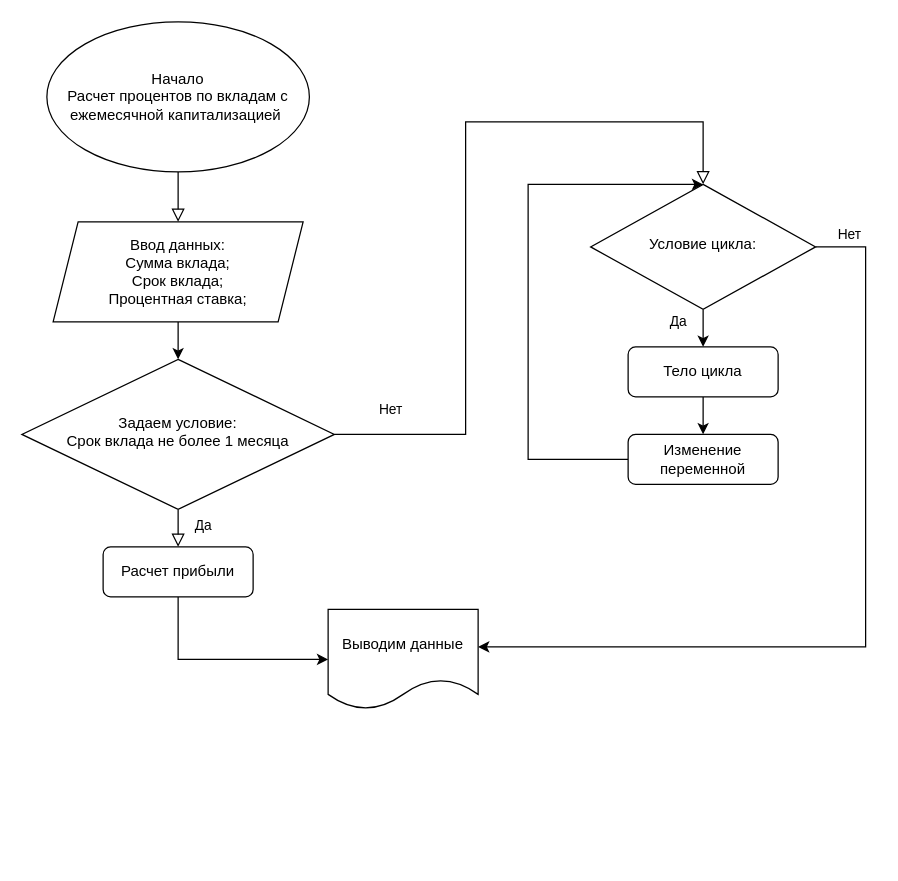
ArtaiJ/test_git keeps this draw.io diagram as Untitled Diagram.drawio. Above is the earlier version. Source tidied: cells renumbered, new cells numbered last; positions are measured from the earlier drawing's top-left corner, leaving out a move shared by most shapes. Both pictures are drawn from the tidied source at 125%, with x=0, y=0 at pixel (21, 21).
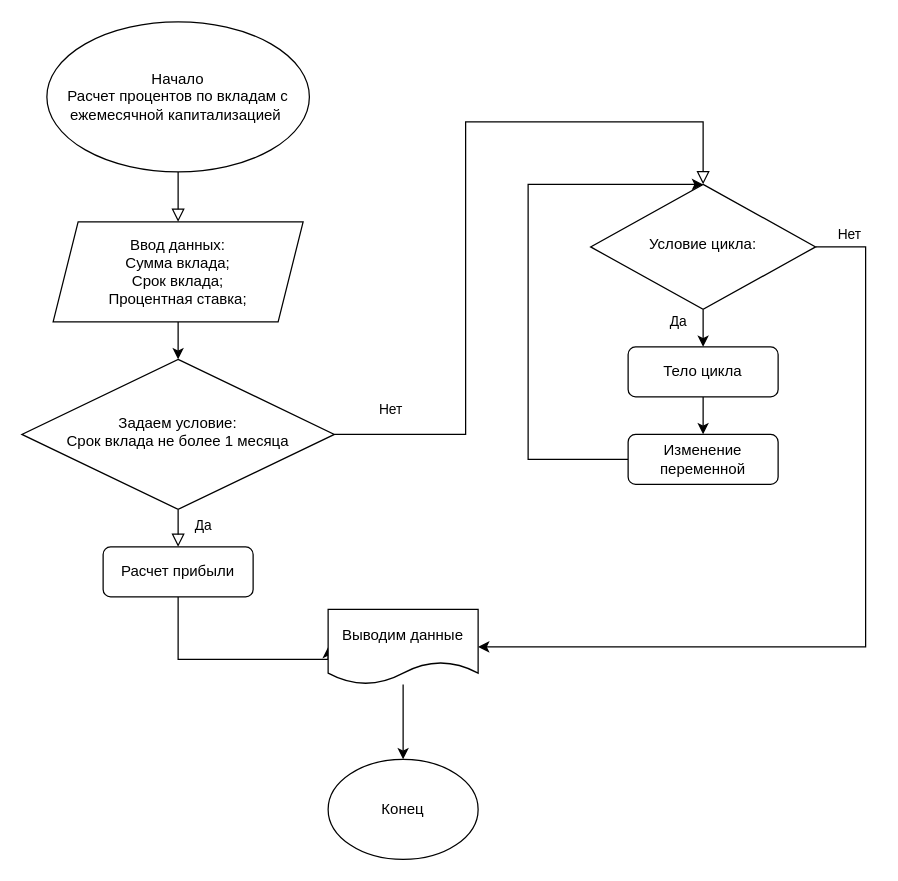
After the change.

Commit message (it also covers changes not shown here):
Расчет процентов по вкладам с капитализацией

What changed in the source:
```diff
@@
+    <mxCell id="19" style="edgeStyle=orthogonalEdgeStyle;rounded=0;jettySize=auto;html=1;entryX=0.5;entryY=0;entryDx=0;entryDy=0;" parent="1" edge="1" source="18" target="20">
+      <mxGeometry relative="1" as="geometry" />
+    </mxCell>
     <mxCell id="18" value="Выводим данные" style="shape=document;whiteSpace=wrap;html=1;boundedLbl=1;" parent="1" vertex="1">
-      <mxGeometry x="245" y="470" width="120" height="80" as="geometry" />
+      <mxGeometry x="245" y="470" width="120" height="60" as="geometry" />
     </mxCell>
+    <mxCell id="20" value="Конец" style="ellipse;whiteSpace=wrap;html=1;" parent="1" vertex="1">
+      <mxGeometry x="245" y="590" width="120" height="80" as="geometry" />
+    </mxCell>
```
